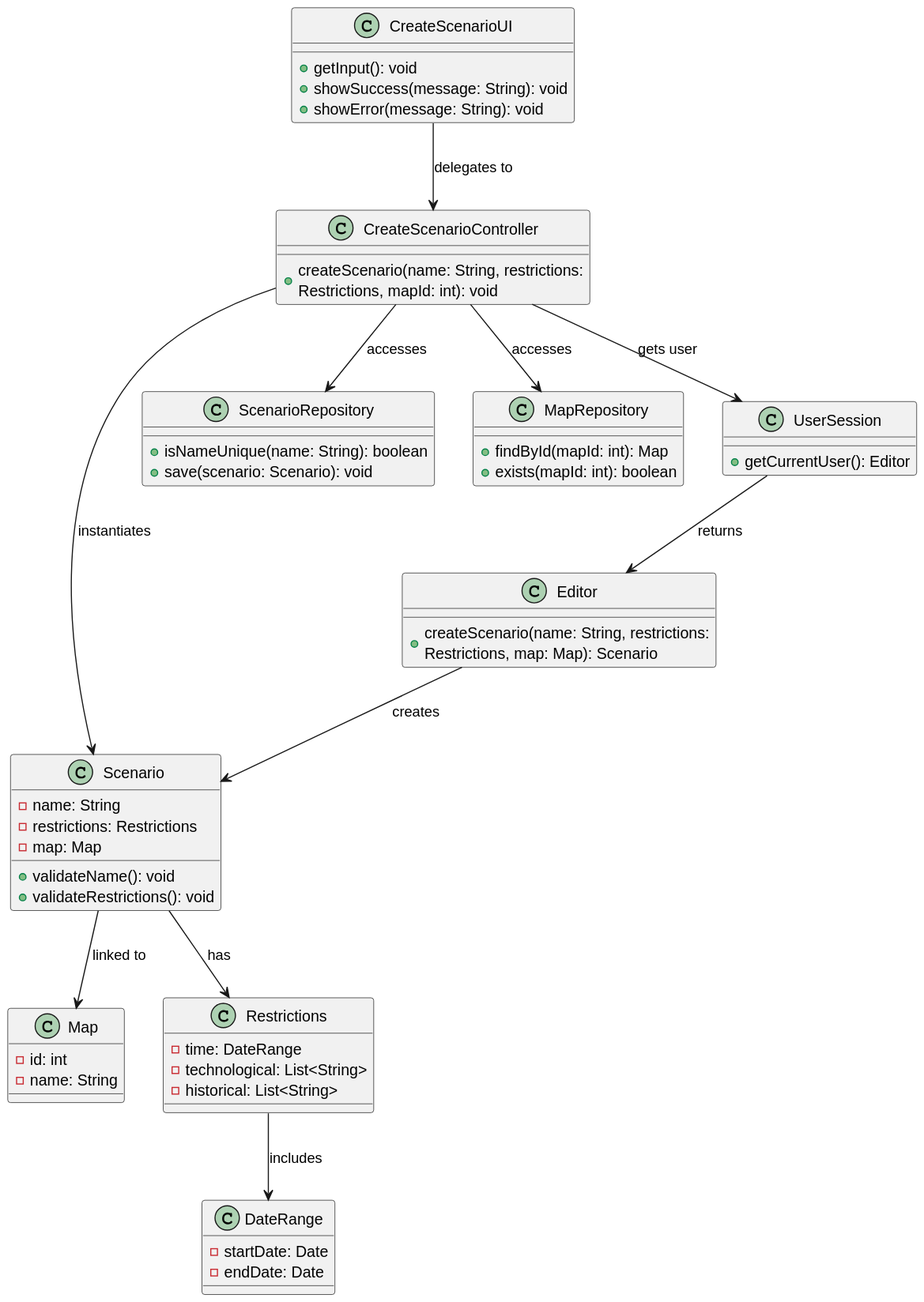
This is docs/sprint2/us004/03.design/svg/us004-class-diagram.svg from ivasduarte/all-aboard, a PlantUML export, as it was before one commit. Source of this version:
```plantuml
@startuml
class Editor {
  +createScenario(name: String, restrictions:\nRestrictions, map: Map): Scenario
}

class Scenario {
  -name: String
  -restrictions: Restrictions
  -map: Map

  +validateName(): void
  +validateRestrictions(): void
}

class Map {
  -id: int
  -name: String
}

class Restrictions {
  -time: DateRange
  -technological: List<String>
  -historical: List<String>
}

class DateRange {
  -startDate: Date
  -endDate: Date
}


class CreateScenarioUI {
  +getInput(): void
  +showSuccess(message: String): void
  +showError(message: String): void
}

class CreateScenarioController {
  +createScenario(name: String, restrictions:\nRestrictions, mapId: int): void
}

class ScenarioRepository {
  +isNameUnique(name: String): boolean
  +save(scenario: Scenario): void
}

class MapRepository {
  +findById(mapId: int): Map
  +exists(mapId: int): boolean
}

class UserSession {
  +getCurrentUser(): Editor
}


Editor --> Scenario : creates
Scenario --> Restrictions : has
Scenario --> Map : linked to
Restrictions --> DateRange : includes
CreateScenarioUI --> CreateScenarioController : delegates to
CreateScenarioController --> UserSession : gets user
CreateScenarioController --> ScenarioRepository : accesses
CreateScenarioController --> MapRepository : accesses
CreateScenarioController --> Scenario : instantiates
UserSession --> Editor : returns
@enduml
```
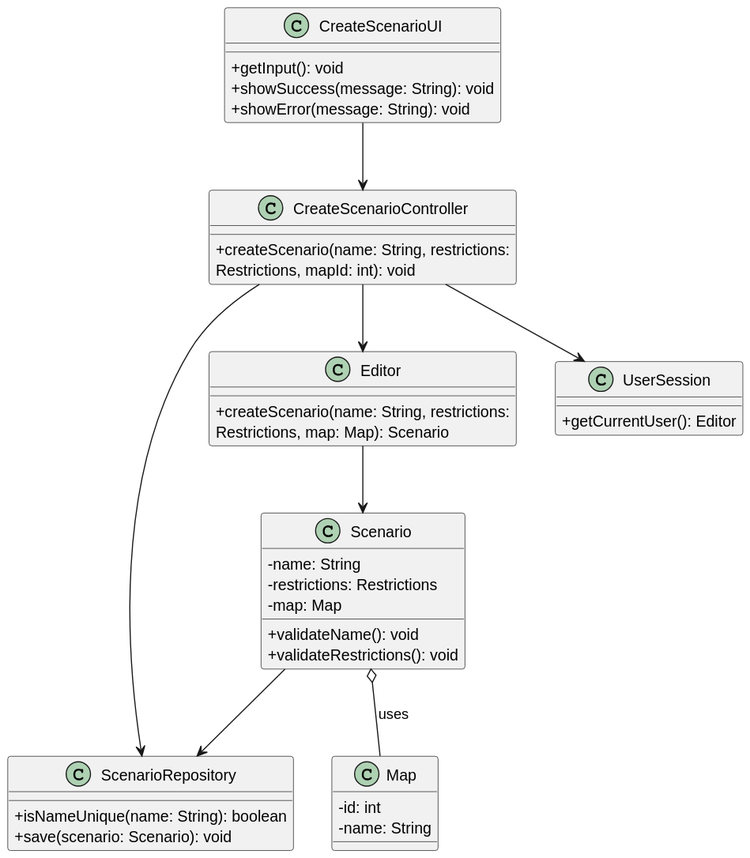
The same diagram one commit later.

Diff of the diagram source:
```diff
@@ -1,4 +1,21 @@
 @startuml
+skinparam classAttributeIconSize 0
+
+class CreateScenarioUI {
+  +getInput(): void
+  +showSuccess(message: String): void
+  +showError(message: String): void
+}
+
+class CreateScenarioController {
+  +createScenario(name: String, restrictions:\nRestrictions, mapId: int): void
+}
+
+class ScenarioRepository {
+  +isNameUnique(name: String): boolean
+  +save(scenario: Scenario): void
+}
+
 class Editor {
   +createScenario(name: String, restrictions:\nRestrictions, map: Map): Scenario
 }
@@ -17,51 +34,15 @@
   -name: String
 }
 
-class Restrictions {
-  -time: DateRange
-  -technological: List<String>
-  -historical: List<String>
-}
-
-class DateRange {
-  -startDate: Date
-  -endDate: Date
-}
-
-
-class CreateScenarioUI {
-  +getInput(): void
-  +showSuccess(message: String): void
-  +showError(message: String): void
-}
-
-class CreateScenarioController {
-  +createScenario(name: String, restrictions:\nRestrictions, mapId: int): void
-}
-
-class ScenarioRepository {
-  +isNameUnique(name: String): boolean
-  +save(scenario: Scenario): void
-}
-
-class MapRepository {
-  +findById(mapId: int): Map
-  +exists(mapId: int): boolean
-}
-
 class UserSession {
   +getCurrentUser(): Editor
 }
 
-
-Editor --> Scenario : creates
-Scenario --> Restrictions : has
-Scenario --> Map : linked to
-Restrictions --> DateRange : includes
-CreateScenarioUI --> CreateScenarioController : delegates to
-CreateScenarioController --> UserSession : gets user
-CreateScenarioController --> ScenarioRepository : accesses
-CreateScenarioController --> MapRepository : accesses
-CreateScenarioController --> Scenario : instantiates
-UserSession --> Editor : returns
+CreateScenarioUI --> CreateScenarioController
+CreateScenarioController --> UserSession
+CreateScenarioController --> ScenarioRepository
+CreateScenarioController --> Editor
+Editor --> Scenario
+Scenario --> ScenarioRepository
+Scenario o-- Map : uses
 @enduml
```
